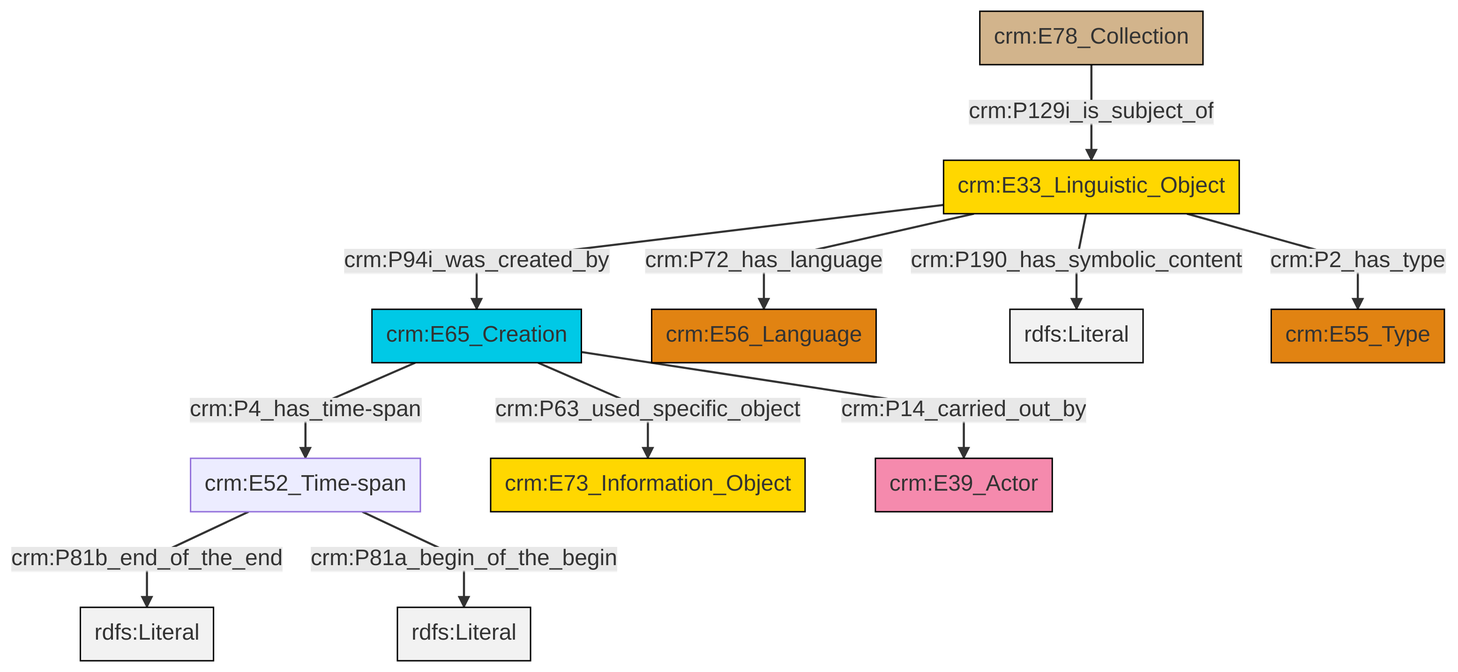
swiss-art-research-net/docs.swissartresearch keeps this Mermaid diagram as et/archivalCSV/ttl/mmd/png/archival_desc.png. Above is the earlier version. Its source is kept beside it as et/archivalCSV/ttl/mmd/archival_desc.ttl.mmd. The source it was exported from:
```mermaid
graph TD
classDef Literal fill:#f2f2f2,stroke:#000000;
classDef CRM_Entity fill:#FFFFFF,stroke:#000000;
classDef Temporal_Entity fill:#00C9E6, stroke:#000000;
classDef Type fill:#E18312, stroke:#000000;
classDef Time-Span fill:#2C9C91, stroke:#000000;
classDef Appellation fill:#FFEB7F, stroke:#000000;
classDef Place fill:#008836, stroke:#000000;
classDef Persistent_Item fill:#B266B2, stroke:#000000;
classDef Conceptual_Object fill:#FFD700, stroke:#000000;
classDef Physical_Thing fill:#D2B48C, stroke:#000000;
classDef Actor fill:#f58aad, stroke:#000000;
classDef PC_Classes fill:#4ce600, stroke:#000000;
classDef Multi fill:#cccccc,stroke:#000000;

0["crm:E52_Time-span"]:::Default -->|crm:P81b_end_of_the_end| 1[rdfs:Literal]:::Literal
4["crm:E65_Creation"]:::Temporal_Entity -->|crm:P63_used_specific_object| 2["crm:E73_Information_Object"]:::Conceptual_Object
5["crm:E33_Linguistic_Object"]:::Conceptual_Object -->|crm:P94i_was_created_by| 4["crm:E65_Creation"]:::Temporal_Entity
5["crm:E33_Linguistic_Object"]:::Conceptual_Object -->|crm:P72_has_language| 7["crm:E56_Language"]:::Type
5["crm:E33_Linguistic_Object"]:::Conceptual_Object -->|crm:P190_has_symbolic_content| 9[rdfs:Literal]:::Literal
5["crm:E33_Linguistic_Object"]:::Conceptual_Object -->|crm:P2_has_type| 10["crm:E55_Type"]:::Type
0["crm:E52_Time-span"]:::Default -->|crm:P81a_begin_of_the_begin| 12[rdfs:Literal]:::Literal
17["crm:E78_Collection"]:::Physical_Thing -->|crm:P129i_is_subject_of| 5["crm:E33_Linguistic_Object"]:::Conceptual_Object
4["crm:E65_Creation"]:::Temporal_Entity -->|crm:P14_carried_out_by| 15["crm:E39_Actor"]:::Actor
4["crm:E65_Creation"]:::Temporal_Entity -->|crm:P4_has_time-span| 0["crm:E52_Time-span"]:::Default
```
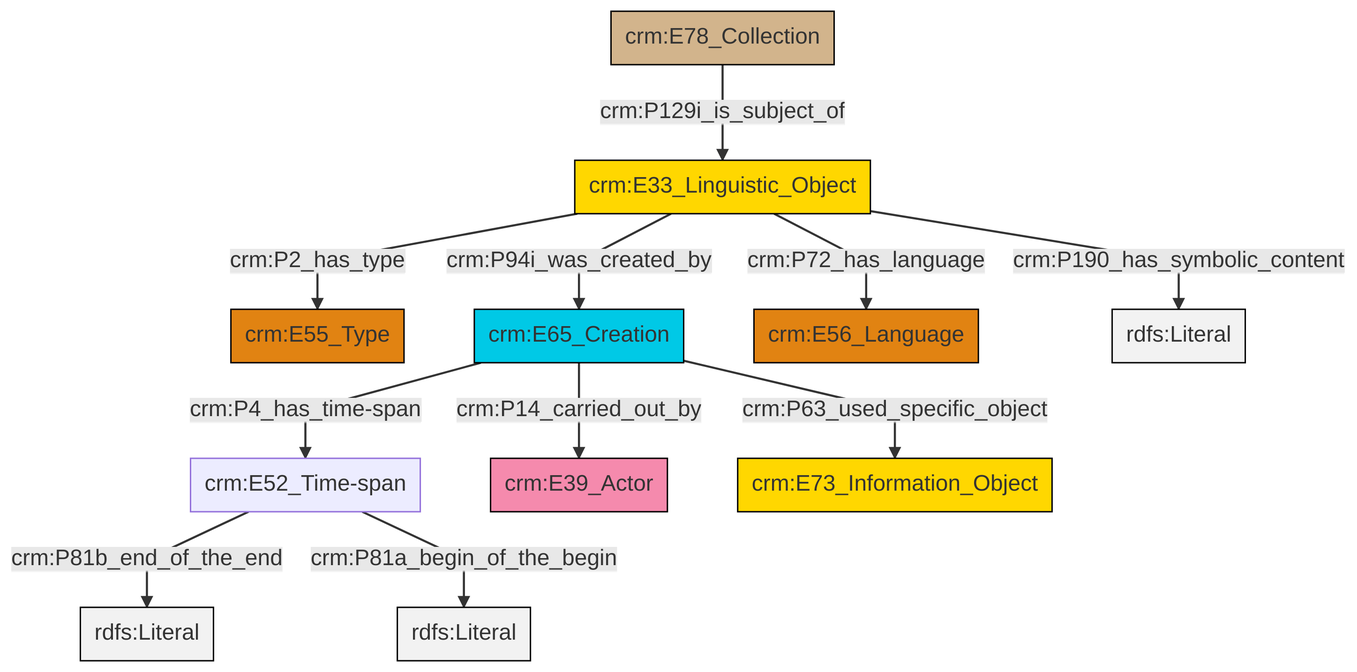
The same file after the commit.

Change to the diagram source:
```diff
@@ -13,13 +13,13 @@
 classDef PC_Classes fill:#4ce600, stroke:#000000;
 classDef Multi fill:#cccccc,stroke:#000000;
 
-0["crm:E52_Time-span"]:::Default -->|crm:P81b_end_of_the_end| 1[rdfs:Literal]:::Literal
-4["crm:E65_Creation"]:::Temporal_Entity -->|crm:P63_used_specific_object| 2["crm:E73_Information_Object"]:::Conceptual_Object
-5["crm:E33_Linguistic_Object"]:::Conceptual_Object -->|crm:P94i_was_created_by| 4["crm:E65_Creation"]:::Temporal_Entity
-5["crm:E33_Linguistic_Object"]:::Conceptual_Object -->|crm:P72_has_language| 7["crm:E56_Language"]:::Type
-5["crm:E33_Linguistic_Object"]:::Conceptual_Object -->|crm:P190_has_symbolic_content| 9[rdfs:Literal]:::Literal
-5["crm:E33_Linguistic_Object"]:::Conceptual_Object -->|crm:P2_has_type| 10["crm:E55_Type"]:::Type
-0["crm:E52_Time-span"]:::Default -->|crm:P81a_begin_of_the_begin| 12[rdfs:Literal]:::Literal
-17["crm:E78_Collection"]:::Physical_Thing -->|crm:P129i_is_subject_of| 5["crm:E33_Linguistic_Object"]:::Conceptual_Object
-4["crm:E65_Creation"]:::Temporal_Entity -->|crm:P14_carried_out_by| 15["crm:E39_Actor"]:::Actor
-4["crm:E65_Creation"]:::Temporal_Entity -->|crm:P4_has_time-span| 0["crm:E52_Time-span"]:::Default
+0["crm:E33_Linguistic_Object"]:::Conceptual_Object -->|crm:P2_has_type| 1["crm:E55_Type"]:::Type
+7["crm:E78_Collection"]:::Physical_Thing -->|crm:P129i_is_subject_of| 0["crm:E33_Linguistic_Object"]:::Conceptual_Object
+4["crm:E65_Creation"]:::Temporal_Entity -->|crm:P14_carried_out_by| 8["crm:E39_Actor"]:::Actor
+4["crm:E65_Creation"]:::Temporal_Entity -->|crm:P63_used_specific_object| 11["crm:E73_Information_Object"]:::Conceptual_Object
+4["crm:E65_Creation"]:::Temporal_Entity -->|crm:P4_has_time-span| 2["crm:E52_Time-span"]:::Default
+2["crm:E52_Time-span"]:::Default -->|crm:P81b_end_of_the_end| 12[rdfs:Literal]:::Literal
+0["crm:E33_Linguistic_Object"]:::Conceptual_Object -->|crm:P190_has_symbolic_content| 13[rdfs:Literal]:::Literal
+0["crm:E33_Linguistic_Object"]:::Conceptual_Object -->|crm:P72_has_language| 9["crm:E56_Language"]:::Type
+2["crm:E52_Time-span"]:::Default -->|crm:P81a_begin_of_the_begin| 16[rdfs:Literal]:::Literal
+0["crm:E33_Linguistic_Object"]:::Conceptual_Object -->|crm:P94i_was_created_by| 4["crm:E65_Creation"]:::Temporal_Entity
```
